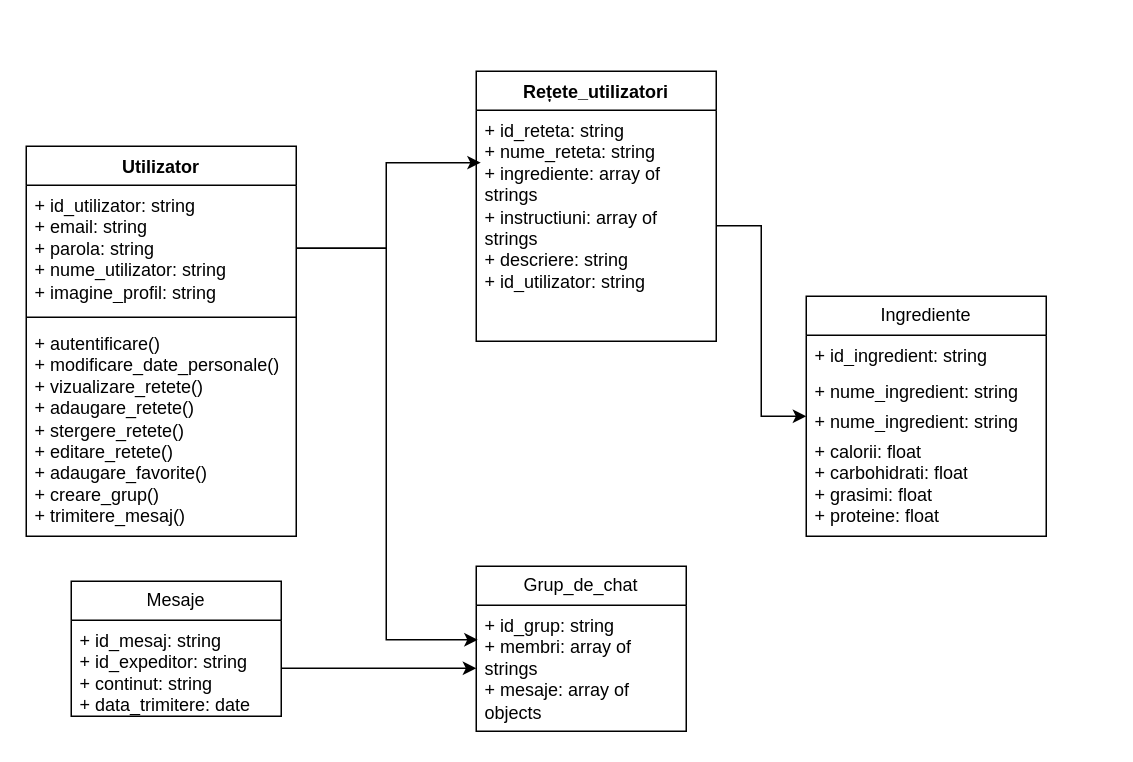
Earlier version of the draw.io diagram Untitled Diagram.drawio (bianca2408/ASIPSI-lab1-limonada_web). Source tidied: cells renumbered, new cells numbered last; positions are measured from the earlier drawing's top-left corner, leaving out a move shared by most shapes. Both pictures are drawn from the tidied source at 150%, with x=0, y=0 at pixel (26, 70).
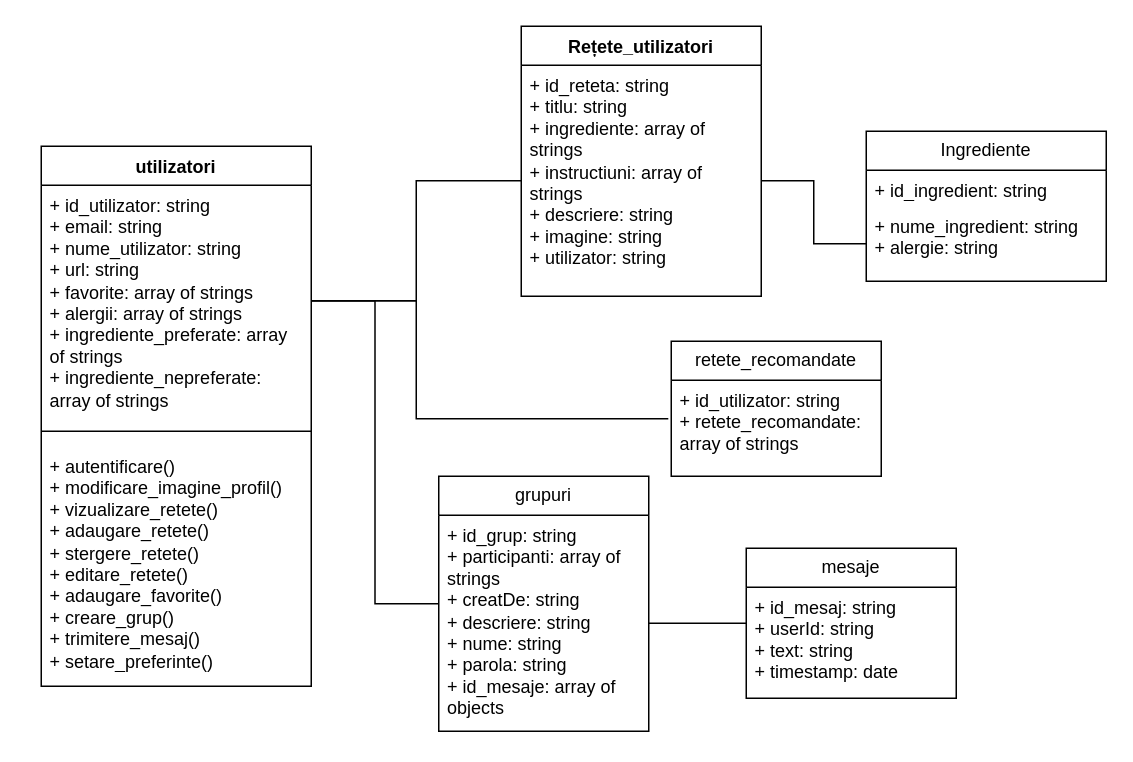
The same diagram, later.

Commit message:
diagrama_clase

The edit, as a diff of the source:
```diff
@@
-    <mxCell id="2" value="Utilizator" style="swimlane;fontStyle=1;align=center;verticalAlign=top;horizontal=1;startSize=26;whiteSpace=wrap;html=1;" parent="1" vertex="1">
-      <mxGeometry y="50" width="180" height="260" as="geometry" />
+    <mxCell id="2" value="utilizatori" style="swimlane;fontStyle=1;align=center;verticalAlign=top;horizontal=1;startSize=26;whiteSpace=wrap;html=1;" parent="1" vertex="1">
+      <mxGeometry x="10" y="50" width="180" height="360" as="geometry" />
     </mxCell>
-    <mxCell id="3" value="+ id_utilizator: string&lt;div&gt;+ email: string&lt;/div&gt;&lt;div&gt;+ parola: string&lt;/div&gt;&lt;div&gt;+ nume_utilizator: string&lt;/div&gt;&lt;div&gt;+ imagine_profil: string&lt;/div&gt;" style="text;strokeColor=none;fillColor=none;align=left;verticalAlign=top;spacingLeft=4;spacingRight=4;overflow=hidden;points=[[0,0.5],[1,0.5]];portConstraint=eastwest;whiteSpace=wrap;html=1;" parent="2" vertex="1">
-      <mxGeometry y="26" width="180" height="84" as="geometry" />
+    <mxCell id="3" value="+ id_utilizator: string&lt;div&gt;+ email: string&lt;/div&gt;&lt;div&gt;+ nume_utilizator: string&lt;/div&gt;&lt;div&gt;+ url: string&lt;/div&gt;&lt;div&gt;+ favorite: array of strings&lt;/div&gt;&lt;div&gt;+ alergii: array of strings&lt;/div&gt;&lt;div&gt;+ ingrediente_preferate: array of strings&lt;/div&gt;&lt;div&gt;+ ingrediente_nepreferate: array of strings&lt;br&gt;&lt;/div&gt;" style="text;strokeColor=none;fillColor=none;align=left;verticalAlign=top;spacingLeft=4;spacingRight=4;overflow=hidden;points=[[0,0.5],[1,0.5]];portConstraint=eastwest;whiteSpace=wrap;html=1;" parent="2" vertex="1">
+      <mxGeometry y="26" width="180" height="154" as="geometry" />
     </mxCell>
     <mxCell id="4" style="line;strokeWidth=1;fillColor=none;align=left;verticalAlign=middle;spacingTop=-1;spacingLeft=3;spacingRight=3;labelPosition=right;strokeColor=inherit;" parent="2" vertex="1">
-      <mxGeometry y="110" width="180" height="8" as="geometry" />
+      <mxGeometry y="180" width="180" height="20" as="geometry" />
     </mxCell>
-    <mxCell id="5" value="+ autentificare()&lt;div&gt;+ modificare_date_personale()&lt;/div&gt;&lt;div&gt;+ vizualizare_retete()&lt;/div&gt;&lt;div&gt;+ adaugare_retete()&lt;/div&gt;&lt;div&gt;+ stergere_retete()&lt;/div&gt;&lt;div&gt;+ editare_retete()&lt;/div&gt;&lt;div&gt;+ adaugare_favorite()&lt;/div&gt;&lt;div&gt;+ creare_grup()&lt;/div&gt;&lt;div&gt;+ trimitere_mesaj()&lt;/div&gt;" style="text;strokeColor=none;fillColor=none;align=left;verticalAlign=top;spacingLeft=4;spacingRight=4;overflow=hidden;whiteSpace=wrap;html=1;" parent="2" vertex="1">
-      <mxGeometry y="118" width="180" height="142" as="geometry" />
+    <mxCell id="5" value="+ autentificare()&lt;div&gt;+ modificare_imagine_profil()&lt;/div&gt;&lt;div&gt;+ vizualizare_retete()&lt;/div&gt;&lt;div&gt;+ adaugare_retete()&lt;/div&gt;&lt;div&gt;+ stergere_retete()&lt;/div&gt;&lt;div&gt;+ editare_retete()&lt;/div&gt;&lt;div&gt;+ adaugare_favorite()&lt;/div&gt;&lt;div&gt;+ creare_grup()&lt;/div&gt;&lt;div&gt;+ trimitere_mesaj()&lt;/div&gt;&lt;div&gt;+ setare_preferinte()&lt;br&gt;&lt;/div&gt;" style="text;strokeColor=none;fillColor=none;align=left;verticalAlign=top;spacingLeft=4;spacingRight=4;overflow=hidden;whiteSpace=wrap;html=1;" parent="2" vertex="1">
+      <mxGeometry y="200" width="180" height="160" as="geometry" />
     </mxCell>
     <mxCell id="6" value="Rețete_utilizatori" style="swimlane;fontStyle=1;align=center;verticalAlign=top;horizontal=1;startSize=26;whiteSpace=wrap;html=1;" parent="1" vertex="1">
-      <mxGeometry x="300" width="160" height="180" as="geometry" />
+      <mxGeometry x="330" y="-30" width="160" height="180" as="geometry" />
     </mxCell>
-    <mxCell id="7" value="+ id_reteta: string&lt;div&gt;+ nume_reteta: string&lt;/div&gt;&lt;div&gt;+ ingrediente: array of strings&lt;/div&gt;&lt;div&gt;+ instructiuni: array of strings&lt;/div&gt;&lt;div&gt;+ descriere: string&lt;/div&gt;&lt;div&gt;+ id_utilizator: string&lt;/div&gt;" style="text;strokeColor=none;fillColor=none;align=left;verticalAlign=top;spacingLeft=4;spacingRight=4;overflow=hidden;points=[[0,0.5],[1,0.5]];portConstraint=eastwest;whiteSpace=wrap;html=1;" parent="6" vertex="1">
+    <mxCell id="7" value="+ id_reteta: string&lt;div&gt;+ titlu: string&lt;/div&gt;&lt;div&gt;+ ingrediente: array of strings&lt;/div&gt;&lt;div&gt;+ instructiuni: array of strings&lt;/div&gt;&lt;div&gt;+ descriere: string&lt;/div&gt;&lt;div&gt;+ imagine: string&lt;br&gt;&lt;/div&gt;&lt;div&gt;+ utilizator: string&lt;/div&gt;" style="text;strokeColor=none;fillColor=none;align=left;verticalAlign=top;spacingLeft=4;spacingRight=4;overflow=hidden;points=[[0,0.5],[1,0.5]];portConstraint=eastwest;whiteSpace=wrap;html=1;" parent="6" vertex="1">
       <mxGeometry y="26" width="160" height="154" as="geometry" />
     </mxCell>
     <mxCell id="8" value="Ingrediente" style="swimlane;fontStyle=0;horizontal=1;startSize=26;fillColor=none;whiteSpace=wrap;html=1;" parent="1" vertex="1">
-      <mxGeometry x="520" y="150" width="160" height="160" as="geometry" />
+      <mxGeometry x="560" y="40" width="160" height="100" as="geometry" />
     </mxCell>
@@
-    <mxCell id="10" value="+ nume_ingredient: string" style="text;strokeColor=none;fillColor=none;align=left;verticalAlign=top;spacingLeft=4;spacingRight=4;overflow=hidden;whiteSpace=wrap;html=1;" parent="8" vertex="1">
-      <mxGeometry y="50" width="160" height="20" as="geometry" />
+    <mxCell id="10" value="&lt;div&gt;+ nume_ingredient: string&lt;/div&gt;&lt;div&gt;+ alergie: string&lt;br&gt;&lt;/div&gt;" style="text;strokeColor=none;fillColor=none;align=left;verticalAlign=top;spacingLeft=4;spacingRight=4;overflow=hidden;whiteSpace=wrap;html=1;" parent="8" vertex="1">
+      <mxGeometry y="50" width="160" height="50" as="geometry" />
     </mxCell>
-    <mxCell id="11" value="+ nume_ingredient: string" style="text;strokeColor=none;fillColor=none;align=left;verticalAlign=top;spacingLeft=4;spacingRight=4;overflow=hidden;points=[[0,0.5],[1,0.5]];portConstraint=eastwest;whiteSpace=wrap;html=1;" parent="8" vertex="1">
-      <mxGeometry y="70" width="160" height="20" as="geometry" />
-    </mxCell>
-    <mxCell id="12" value="+ calorii: float&lt;div&gt;+ carbohidrati: float&lt;/div&gt;&lt;div&gt;+ grasimi: float&lt;/div&gt;&lt;div&gt;+ proteine: float&lt;/div&gt;" style="text;strokeColor=none;fillColor=none;align=left;verticalAlign=top;spacingLeft=4;spacingRight=4;overflow=hidden;whiteSpace=wrap;html=1;" parent="8" vertex="1">
-      <mxGeometry y="90" width="160" height="70" as="geometry" />
-    </mxCell>
-    <mxCell id="13" value="Grup_de_chat" style="swimlane;fontStyle=0;horizontal=1;startSize=26;fillColor=none;whiteSpace=wrap;html=1;" parent="1" vertex="1">
-      <mxGeometry x="300" y="330" width="140" height="110" as="geometry" />
+    <mxCell id="13" value="grupuri" style="swimlane;fontStyle=0;horizontal=1;startSize=26;fillColor=none;whiteSpace=wrap;html=1;" parent="1" vertex="1">
+      <mxGeometry x="275" y="270" width="140" height="170" as="geometry" />
     </mxCell>
-    <mxCell id="14" value="+ id_grup: string&lt;div&gt;+ membri: array of strings&lt;/div&gt;&lt;div&gt;+ mesaje: array of objects&lt;/div&gt;" style="text;strokeColor=none;fillColor=none;align=left;verticalAlign=top;spacingLeft=4;spacingRight=4;overflow=hidden;points=[[0,0.5],[1,0.5]];portConstraint=eastwest;whiteSpace=wrap;html=1;" parent="13" vertex="1">
-      <mxGeometry y="26" width="140" height="84" as="geometry" />
+    <mxCell id="14" value="+ id_grup: string&lt;div&gt;+ participanti: array of strings&lt;/div&gt;&lt;div&gt;+ creatDe: string&lt;/div&gt;&lt;div&gt;+ descriere: string&lt;/div&gt;&lt;div&gt;+ nume: string&lt;/div&gt;&lt;div&gt;+ parola: string&lt;br&gt;&lt;/div&gt;&lt;div&gt;+ id_mesaje: array of objects&lt;/div&gt;" style="text;strokeColor=none;fillColor=none;align=left;verticalAlign=top;spacingLeft=4;spacingRight=4;overflow=hidden;points=[[0,0.5],[1,0.5]];portConstraint=eastwest;whiteSpace=wrap;html=1;" parent="13" vertex="1">
+      <mxGeometry y="26" width="140" height="144" as="geometry" />
     </mxCell>
-    <mxCell id="15" value="Mesaje" style="swimlane;fontStyle=0;horizontal=1;startSize=26;fillColor=none;whiteSpace=wrap;html=1;" parent="1" vertex="1">
-      <mxGeometry x="30" y="340" width="140" height="90" as="geometry" />
+    <mxCell id="15" value="mesaje" style="swimlane;fontStyle=0;horizontal=1;startSize=26;fillColor=none;whiteSpace=wrap;html=1;" parent="1" vertex="1">
+      <mxGeometry x="480" y="318" width="140" height="100" as="geometry" />
     </mxCell>
-    <mxCell id="16" value="+ id_mesaj: string&lt;div&gt;+ id_expeditor: string&lt;/div&gt;&lt;div&gt;+ continut: string&lt;/div&gt;&lt;div&gt;+ data_trimitere: date&lt;/div&gt;" style="text;strokeColor=none;fillColor=none;align=left;verticalAlign=top;spacingLeft=4;spacingRight=4;overflow=hidden;points=[[0,0.5],[1,0.5]];portConstraint=eastwest;whiteSpace=wrap;html=1;" parent="15" vertex="1">
-      <mxGeometry y="26" width="140" height="64" as="geometry" />
+    <mxCell id="16" value="+ id_mesaj: string&lt;div&gt;+ userId: string&lt;/div&gt;&lt;div&gt;+ text: string&lt;/div&gt;&lt;div&gt;+ timestamp: date&lt;/div&gt;" style="text;strokeColor=none;fillColor=none;align=left;verticalAlign=top;spacingLeft=4;spacingRight=4;overflow=hidden;points=[[0,0.5],[1,0.5]];portConstraint=eastwest;whiteSpace=wrap;html=1;" parent="15" vertex="1">
+      <mxGeometry y="26" width="140" height="74" as="geometry" />
     </mxCell>
-    <mxCell id="17" style="edgeStyle=orthogonalEdgeStyle;rounded=0;jettySize=auto;html=1;entryX=0;entryY=0.5;entryDx=0;entryDy=0;" parent="1" edge="1" source="7" target="11">
+    <mxCell id="17" style="edgeStyle=orthogonalEdgeStyle;rounded=0;jettySize=auto;html=1;entryX=0;entryY=0.75;entryDx=0;entryDy=0;startArrow=none;endArrow=none;" parent="1" edge="1" source="7" target="8">
       <mxGeometry relative="1" as="geometry" />
     </mxCell>
-    <mxCell id="18" style="edgeStyle=orthogonalEdgeStyle;rounded=0;jettySize=auto;html=1;entryX=0;entryY=0.5;entryDx=0;entryDy=0;" parent="1" edge="1" source="16" target="14">
-      <mxGeometry relative="1" as="geometry" />
-    </mxCell>
-    <mxCell id="19" style="edgeStyle=orthogonalEdgeStyle;rounded=0;jettySize=auto;html=1;entryX=0.007;entryY=0.274;entryDx=0;entryDy=0;entryPerimeter=0;" parent="1" edge="1" source="3" target="14">
-      <mxGeometry relative="1" as="geometry" />
-    </mxCell>
-    <mxCell id="20" style="edgeStyle=orthogonalEdgeStyle;rounded=0;jettySize=auto;html=1;entryX=0.019;entryY=0.227;entryDx=0;entryDy=0;entryPerimeter=0;" parent="1" edge="1" source="3" target="7">
+    <mxCell id="20" style="rounded=0;jettySize=auto;html=1;exitX=1;exitY=0.5;exitDx=0;exitDy=0;entryX=0;entryY=0.5;entryDx=0;entryDy=0;strokeColor=default;edgeStyle=orthogonalEdgeStyle;verticalAlign=bottom;horizontal=1;startArrow=none;endArrow=none;" parent="1" edge="1" source="3" target="7">
       <mxGeometry relative="1" as="geometry" />
     </mxCell>
+    <mxCell id="21" value="retete_recomandate" style="swimlane;fontStyle=0;horizontal=1;startSize=26;fillColor=none;whiteSpace=wrap;html=1;" parent="1" vertex="1">
+      <mxGeometry x="430" y="180" width="140" height="90" as="geometry" />
+    </mxCell>
+    <mxCell id="22" value="&lt;div&gt;+ id_utilizator: string&lt;/div&gt;&lt;div&gt;+ retete_recomandate: array of strings&lt;/div&gt;&lt;div&gt;&lt;br&gt;&lt;/div&gt;" style="text;strokeColor=none;fillColor=none;align=left;verticalAlign=top;spacingLeft=4;spacingRight=4;overflow=hidden;points=[[0,0.5],[1,0.5]];portConstraint=eastwest;whiteSpace=wrap;html=1;" parent="21" vertex="1">
+      <mxGeometry y="26" width="140" height="64" as="geometry" />
+    </mxCell>
+    <mxCell id="23" style="edgeStyle=orthogonalEdgeStyle;rounded=0;jettySize=auto;html=1;entryX=-0.014;entryY=0.4;entryDx=0;entryDy=0;entryPerimeter=0;startArrow=none;endArrow=none;" parent="1" edge="1" source="3" target="22">
+      <mxGeometry relative="1" as="geometry">
+        <Array as="points">
+          <mxPoint x="260" y="153" />
+          <mxPoint x="260" y="232" />
+        </Array>
+      </mxGeometry>
+    </mxCell>
+    <mxCell id="24" style="edgeStyle=orthogonalEdgeStyle;rounded=0;jettySize=auto;html=1;exitX=1;exitY=0.5;exitDx=0;exitDy=0;entryX=0;entryY=0.5;entryDx=0;entryDy=0;startArrow=none;endArrow=none;" parent="1" edge="1" source="14" target="15">
+      <mxGeometry relative="1" as="geometry" />
+    </mxCell>
+    <mxCell id="25" style="edgeStyle=orthogonalEdgeStyle;rounded=0;jettySize=auto;html=1;exitX=1;exitY=0.5;exitDx=0;exitDy=0;entryX=0;entryY=0.5;entryDx=0;entryDy=0;startArrow=none;endArrow=none;" parent="1" edge="1" source="3" target="13">
+      <mxGeometry relative="1" as="geometry" />
+    </mxCell>
```
